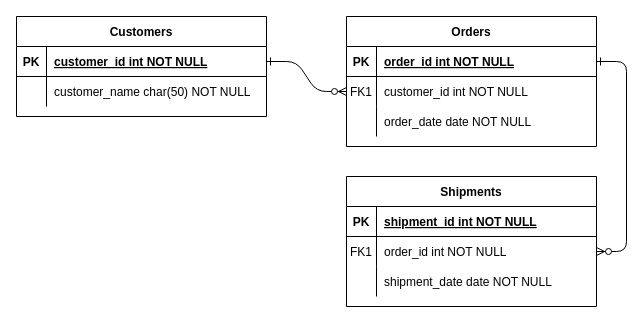
rajdeepd/draw_io keeps this draw.io diagram as Untitled Diagram.drawio. Above is the earlier version. Source tidied: cells renumbered, new cells numbered last; positions are measured from the earlier drawing's top-left corner, leaving out a move shared by most shapes. Both pictures are drawn from the tidied source at 100%, with x=0, y=0 at pixel (16, 16).
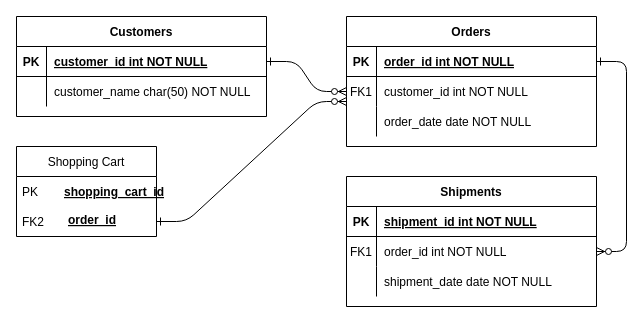
The same page after the edit.

The edit, as a diff of the source:
```diff
@@
+    <mxCell id="31" value="Shopping Cart" style="swimlane;fontStyle=0;horizontal=1;startSize=30;" parent="1" vertex="1">
+      <mxGeometry y="130" width="140" height="90" as="geometry" />
+    </mxCell>
+    <mxCell id="32" value="PK" style="text;strokeColor=none;fillColor=none;align=left;verticalAlign=middle;spacingLeft=4;spacingRight=4;overflow=hidden;" parent="31" vertex="1">
+      <mxGeometry y="30" width="140" height="30" as="geometry" />
+    </mxCell>
+    <mxCell id="33" value="FK2" style="text;strokeColor=none;fillColor=none;align=left;verticalAlign=middle;spacingLeft=4;spacingRight=4;overflow=hidden;points=[[0,0.5],[1,0.5]];portConstraint=eastwest;" parent="31" vertex="1">
+      <mxGeometry y="60" width="140" height="30" as="geometry" />
+    </mxCell>
+    <mxCell id="34" style="edgeStyle=entityRelationEdgeStyle;endArrow=ERzeroToMany;startArrow=ERone;endFill=1;startFill=0;" parent="1" edge="1" source="33">
+      <mxGeometry relative="1" as="geometry">
+        <mxPoint x="330" y="85" as="targetPoint" />
+      </mxGeometry>
+    </mxCell>
+    <mxCell id="35" value="shopping_cart_id" style="shape=partialRectangle;overflow=hidden;fillColor=none;top=0;left=0;bottom=0;right=0;align=left;spacingLeft=6;fontStyle=5;" parent="1" vertex="1">
+      <mxGeometry x="40" y="160" width="220" height="30" as="geometry" />
+    </mxCell>
+    <mxCell id="36" value="order_id" style="shape=partialRectangle;overflow=hidden;fillColor=none;top=0;left=0;bottom=0;right=0;align=left;spacingLeft=6;fontStyle=5;" parent="1" vertex="1">
+      <mxGeometry x="44" y="188" width="80" height="30" as="geometry" />
+    </mxCell>
```
